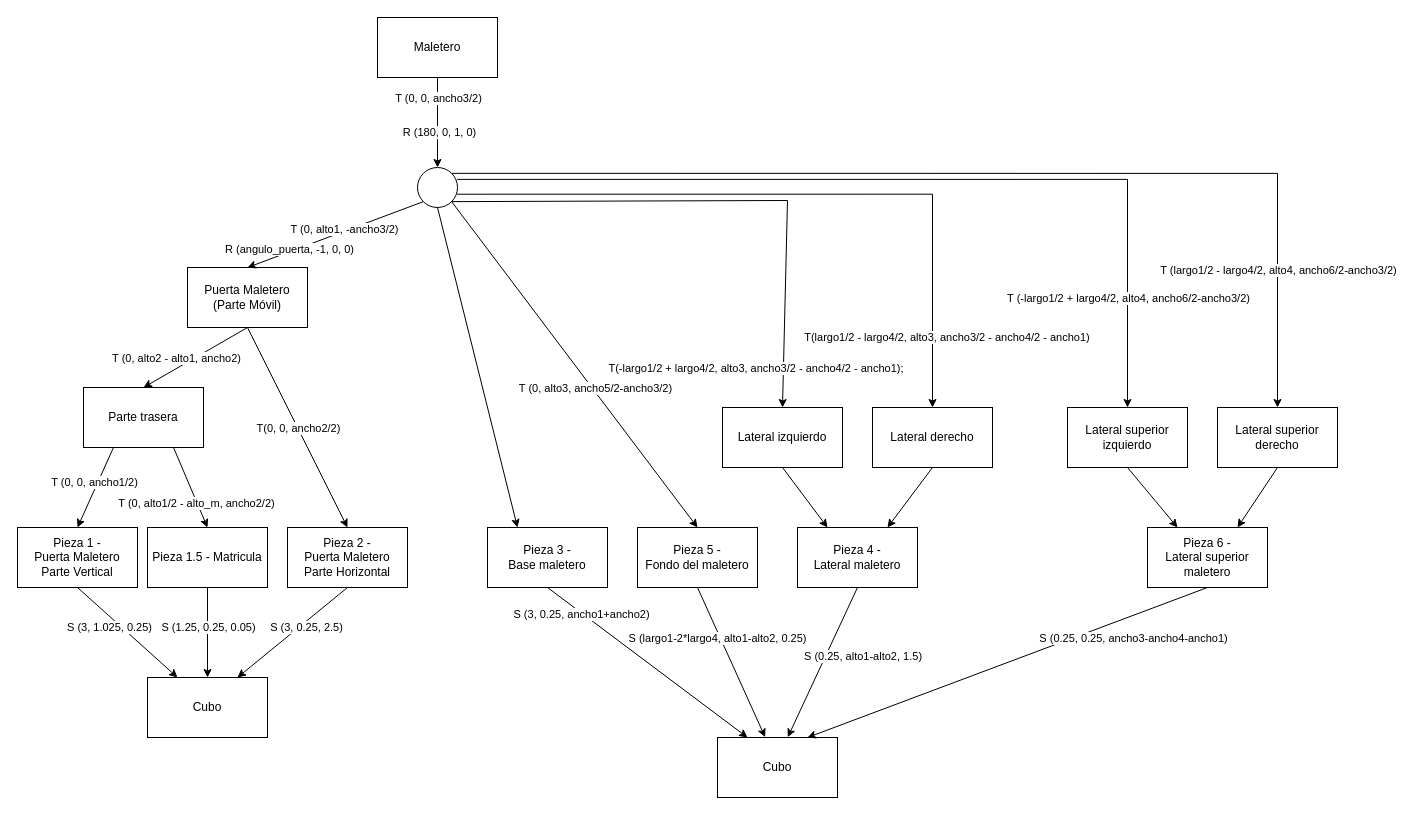
Above: page "Maletero" (13 of 20) of grafo_escena.drawio in jorgelerre/descapotable (draw.io), before the change. Source tidied: cells renumbered, new cells numbered last; positions are measured from the earlier drawing's top-left corner, leaving out a move shared by most shapes. Both pictures are drawn from the tidied source at 100%, with x=0, y=0 at pixel (17, 17).
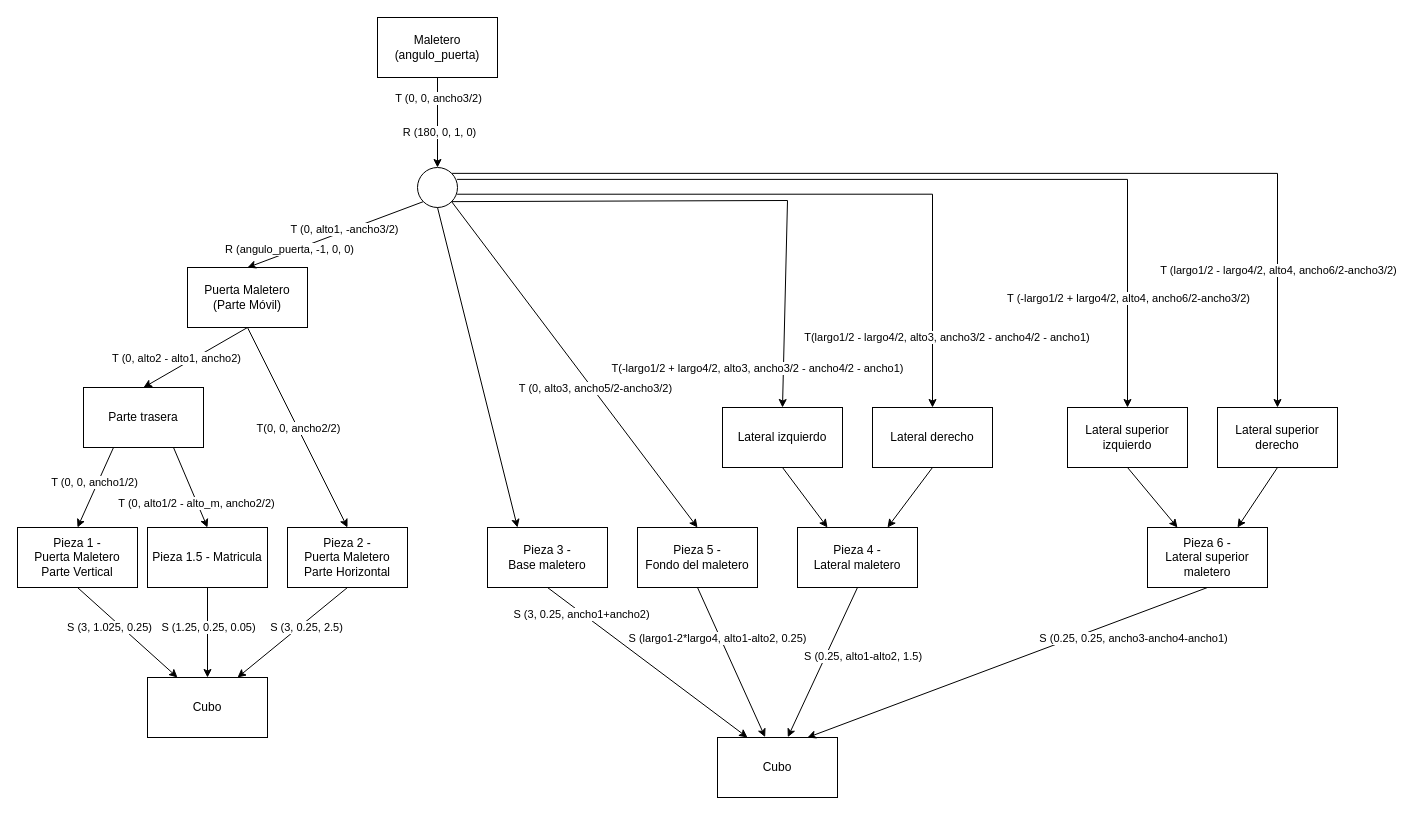
Above is the later version.

The change refers to these unchanged cells:
```xml
<mxCell id="54" style="endArrow=classic;html=1;rounded=0;exitX=1;exitY=1;exitDx=0;exitDy=0;entryX=0.5;entryY=0;entryDx=0;entryDy=0;" parent="1" edge="1" source="45" target="51">
  <mxGeometry relative="1" as="geometry">
    <Array as="points">
      <mxPoint x="770" y="183" />
    </Array>
  </mxGeometry>
</mxCell>
```

Diff of the diagram source:
```diff
@@
-    <mxCell id="2" value="Maletero" style="rounded=0;whiteSpace=wrap;html=1;strokeColor=default;fillColor=default;" parent="1" vertex="1">
+    <mxCell id="2" value="Maletero (angulo_puerta)" style="rounded=0;whiteSpace=wrap;html=1;strokeColor=default;fillColor=default;" parent="1" vertex="1">
       <mxGeometry x="360" width="120" height="60" as="geometry" />
     </mxCell>
@@
-    <mxCell id="55" value="T(-largo1/2 + largo4/2, alto3, ancho3/2 - ancho4/2 - ancho1);&amp;nbsp;" style="edgeLabel;html=1;align=center;verticalAlign=middle;" parent="54" vertex="1">
+    <mxCell id="55" value="T(-largo1/2 + largo4/2, alto3, ancho3/2 - ancho4/2 - ancho1)" style="edgeLabel;html=1;align=center;verticalAlign=middle;" parent="54" vertex="1">
       <mxGeometry x="0.31" y="1" relative="1" as="geometry">
         <mxPoint x="-31" y="147" as="offset" />
       </mxGeometry>
     </mxCell>
```
